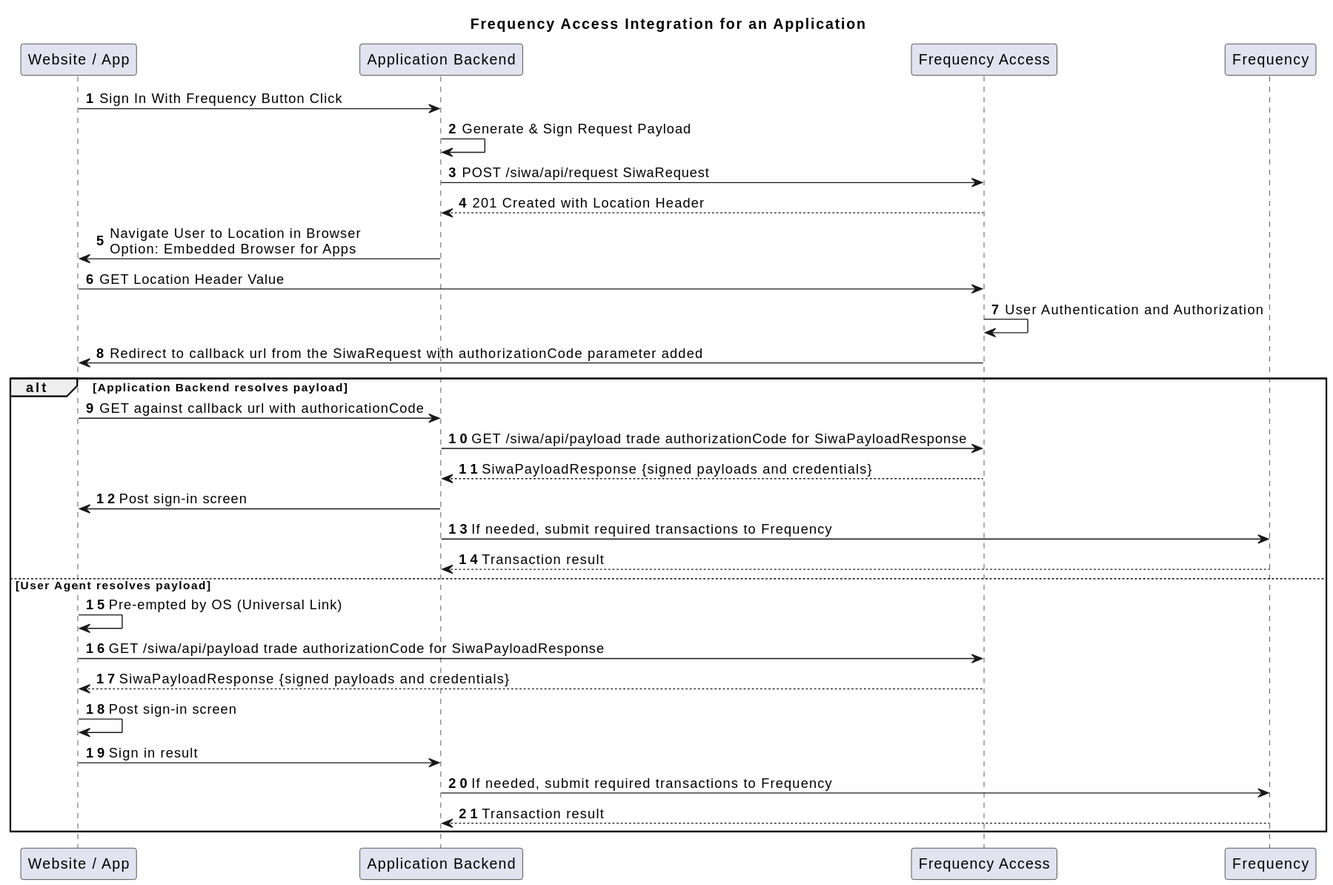
ProjectLibertyLabs/siwa keeps this PlantUML diagram as docs/src/Actions/flow.svg. Above is the earlier version.
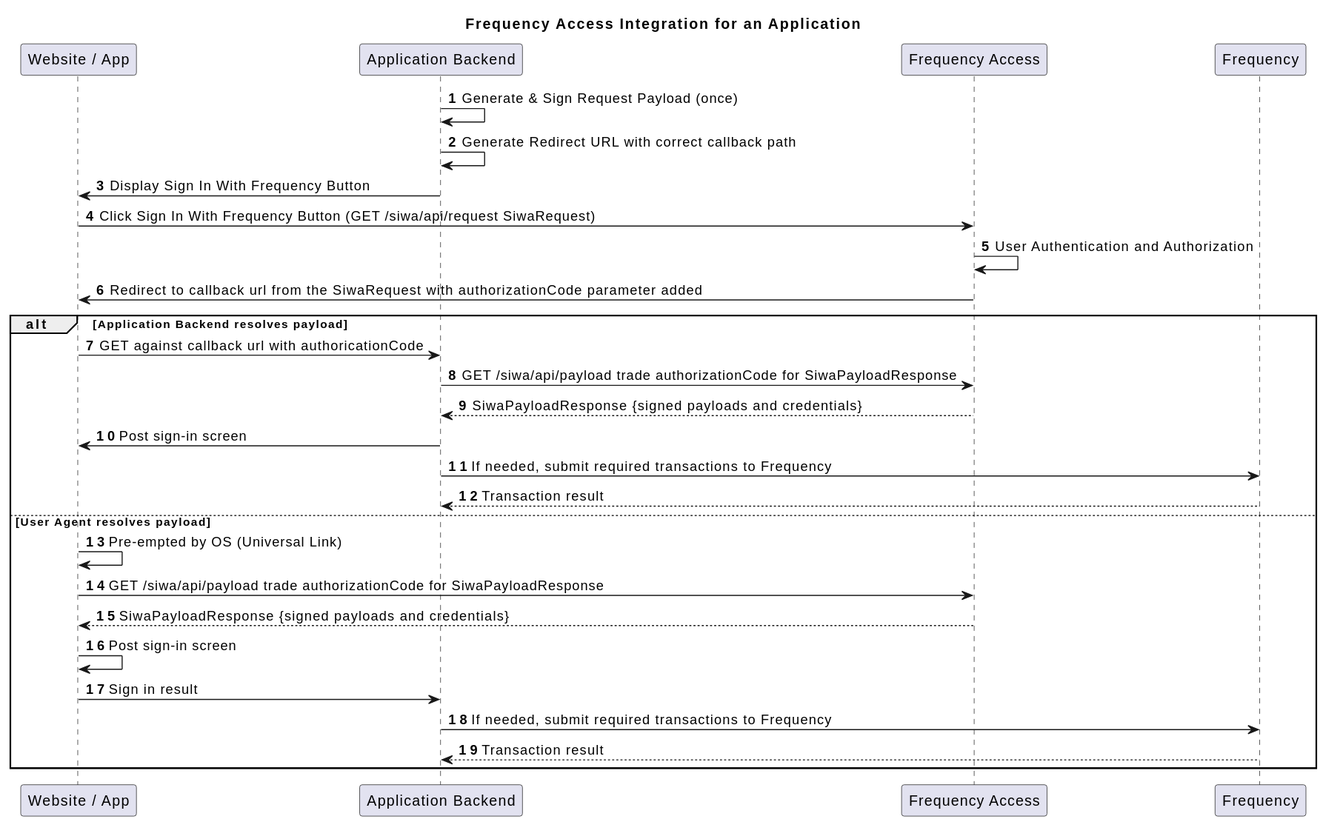
Above is the later version.

What changed in the source:
```diff
@@ -6,12 +6,10 @@
 participant "Frequency" as bc
 
 autonumber
-ua->p: Sign In With Frequency Button Click
-p->p: Generate & Sign Request Payload
-p->fa: POST /siwa/api/request SiwaRequest
-return 201 Created with Location Header
-p->ua: Navigate User to Location in Browser\nOption: Embedded Browser for Apps
-ua->fa: GET Location Header Value
+p->p: Generate & Sign Request Payload (once)
+p->p: Generate Redirect URL with correct callback path
+p->ua: Display Sign In With Frequency Button
+ua->fa: Click Sign In With Frequency Button (GET /siwa/api/request SiwaRequest)
 fa->fa: User Authentication and Authorization
 fa->ua: Redirect to callback url from the SiwaRequest with authorizationCode parameter added
 alt Application Backend resolves payload
```
